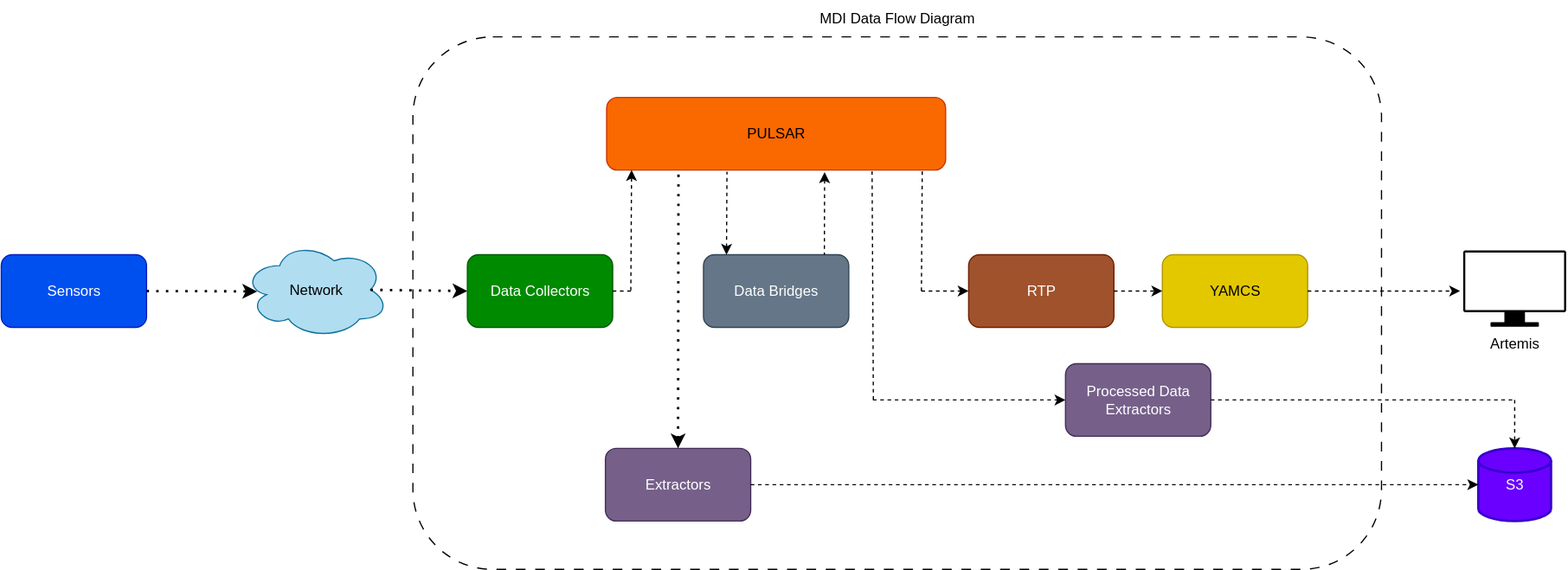
Earlier version of the draw.io export General Health Diagram.drawio.svg (palbright05/Grafana-Test). Source tidied: cells renumbered, new cells last; positions are measured from the earlier drawing's top-left corner, leaving out a move shared by most shapes. Its diagram source:
```xml
<mxGraphModel>
  <root>
    <mxCell id="0" />
    <mxCell id="1" parent="0" />
    <mxCell id="2" style="rounded=1;whiteSpace=wrap;html=1;fillColor=none;dashed=1;dashPattern=8 8;" parent="1" vertex="1">
      <mxGeometry x="340" y="30" width="800" height="440" as="geometry" />
    </mxCell>
    <mxCell id="3" value="Sensors" style="rounded=1;whiteSpace=wrap;html=1;fillColor=#0050ef;fontColor=#ffffff;strokeColor=#001DBC;" parent="1" vertex="1">
      <mxGeometry y="210" width="120" height="60" as="geometry" />
    </mxCell>
    <mxCell id="4" value="Network" style="ellipse;shape=cloud;whiteSpace=wrap;html=1;fillColor=#b1ddf0;strokeColor=#10739e;" parent="1" vertex="1">
      <mxGeometry x="200" y="199" width="120" height="80" as="geometry" />
    </mxCell>
    <mxCell id="5" value="S3" style="strokeWidth=2;html=1;shape=mxgraph.flowchart.database;whiteSpace=wrap;fillColor=#6a00ff;strokeColor=#3700CC;fontColor=#ffffff;" parent="1" vertex="1">
      <mxGeometry x="1220" y="370" width="60" height="60" as="geometry" />
    </mxCell>
    <mxCell id="6" value="PULSAR" style="rounded=1;whiteSpace=wrap;html=1;fillColor=#fa6800;fontColor=#000000;strokeColor=#C73500;" parent="1" vertex="1">
      <mxGeometry x="500" y="80" width="280" height="60" as="geometry" />
    </mxCell>
    <mxCell id="7" value="Data Collectors" style="rounded=1;whiteSpace=wrap;html=1;fillColor=#008a00;fontColor=#ffffff;strokeColor=#005700;" parent="1" vertex="1">
      <mxGeometry x="385" y="210" width="120" height="60" as="geometry" />
    </mxCell>
    <mxCell id="8" style="endArrow=classic;dashed=1;html=1;dashPattern=1 3;strokeWidth=2;rounded=0;exitX=1;exitY=0.5;exitDx=0;exitDy=0;entryX=0.095;entryY=0.516;entryDx=0;entryDy=0;entryPerimeter=0;endFill=1;" parent="1" edge="1" source="3" target="4">
      <mxGeometry relative="1" as="geometry" />
    </mxCell>
    <mxCell id="9" style="endArrow=classic;dashed=1;html=1;dashPattern=1 3;strokeWidth=2;rounded=0;entryX=0;entryY=0.5;entryDx=0;entryDy=0;exitX=0.875;exitY=0.5;exitDx=0;exitDy=0;exitPerimeter=0;startArrow=none;startFill=0;endFill=1;" parent="1" edge="1" source="4" target="7">
      <mxGeometry relative="1" as="geometry" />
    </mxCell>
    <mxCell id="10" value="Extractors" style="rounded=1;whiteSpace=wrap;html=1;fillColor=#76608a;fontColor=#ffffff;strokeColor=#432D57;" parent="1" vertex="1">
      <mxGeometry x="499" y="370" width="120" height="60" as="geometry" />
    </mxCell>
    <mxCell id="11" value="Data Bridges" style="rounded=1;whiteSpace=wrap;html=1;fillColor=#647687;fontColor=#ffffff;strokeColor=#314354;" parent="1" vertex="1">
      <mxGeometry x="580" y="210" width="120" height="60" as="geometry" />
    </mxCell>
    <mxCell id="12" value="Processed Data Extractors" style="rounded=1;whiteSpace=wrap;html=1;fillColor=#76608a;fontColor=#ffffff;strokeColor=#432D57;" parent="1" vertex="1">
      <mxGeometry x="879" y="300" width="120" height="60" as="geometry" />
    </mxCell>
    <mxCell id="13" style="endArrow=none;dashed=1;html=1;dashPattern=1 3;strokeWidth=2;rounded=0;entryX=0.212;entryY=1.022;entryDx=0;entryDy=0;entryPerimeter=0;startArrow=classic;startFill=1;exitX=0.5;exitY=0;exitDx=0;exitDy=0;" parent="1" edge="1" source="10" target="6">
      <mxGeometry relative="1" as="geometry" />
    </mxCell>
    <mxCell id="14" style="endArrow=classic;html=1;rounded=0;entryX=0.145;entryY=1.008;entryDx=0;entryDy=0;entryPerimeter=0;dashed=1;" parent="1" edge="1">
      <mxGeometry relative="1" as="geometry">
        <mxPoint x="520" y="239.5" as="sourcePoint" />
        <mxPoint x="520.6" y="140" as="targetPoint" />
      </mxGeometry>
    </mxCell>
    <mxCell id="15" style="endArrow=none;html=1;rounded=0;exitX=1;exitY=0.5;exitDx=0;exitDy=0;dashed=1;" parent="1" edge="1" source="7">
      <mxGeometry relative="1" as="geometry">
        <mxPoint x="520" y="240" as="targetPoint" />
      </mxGeometry>
    </mxCell>
    <mxCell id="16" style="endArrow=none;html=1;rounded=0;entryX=0.355;entryY=1.022;entryDx=0;entryDy=0;entryPerimeter=0;dashed=1;endFill=0;startArrow=classic;startFill=1;" parent="1" edge="1" target="6">
      <mxGeometry relative="1" as="geometry">
        <mxPoint x="599" y="210" as="sourcePoint" />
      </mxGeometry>
    </mxCell>
    <mxCell id="17" style="endArrow=none;html=1;rounded=0;endFill=0;entryX=0.832;entryY=0.002;entryDx=0;entryDy=0;entryPerimeter=0;dashed=1;startArrow=classic;startFill=1;exitX=0.643;exitY=1.03;exitDx=0;exitDy=0;exitPerimeter=0;" parent="1" edge="1" source="6" target="11">
      <mxGeometry relative="1" as="geometry" />
    </mxCell>
    <mxCell id="18" style="endArrow=classic;html=1;rounded=0;entryX=0;entryY=0.5;entryDx=0;entryDy=0;dashed=1;" parent="1" edge="1" target="12">
      <mxGeometry relative="1" as="geometry">
        <mxPoint x="720" y="330" as="sourcePoint" />
      </mxGeometry>
    </mxCell>
    <mxCell id="19" style="endArrow=none;html=1;rounded=0;entryX=0.783;entryY=1.017;entryDx=0;entryDy=0;entryPerimeter=0;dashed=1;" parent="1" edge="1" target="6">
      <mxGeometry relative="1" as="geometry">
        <mxPoint x="720.3" y="329.9" as="sourcePoint" />
      </mxGeometry>
    </mxCell>
    <mxCell id="20" style="endArrow=classic;html=1;rounded=0;entryX=0;entryY=0.5;entryDx=0;entryDy=0;entryPerimeter=0;exitX=1;exitY=0.5;exitDx=0;exitDy=0;dashed=1;" parent="1" edge="1" source="10" target="5">
      <mxGeometry relative="1" as="geometry" />
    </mxCell>
    <mxCell id="21" value="RTP" style="rounded=1;whiteSpace=wrap;html=1;fillColor=#a0522d;fontColor=#ffffff;strokeColor=#6D1F00;" parent="1" vertex="1">
      <mxGeometry x="799" y="210" width="120" height="60" as="geometry" />
    </mxCell>
    <mxCell id="22" value="YAMCS" style="rounded=1;whiteSpace=wrap;html=1;fillColor=#e3c800;fontColor=#000000;strokeColor=#B09500;" parent="1" vertex="1">
      <mxGeometry x="959" y="210" width="120" height="60" as="geometry" />
    </mxCell>
    <mxCell id="23" style="endArrow=classic;html=1;rounded=0;entryX=0;entryY=0.5;entryDx=0;entryDy=0;exitX=1;exitY=0.5;exitDx=0;exitDy=0;dashed=1;" parent="1" edge="1" source="21" target="22">
      <mxGeometry relative="1" as="geometry" />
    </mxCell>
    <mxCell id="24" style="endArrow=none;html=1;rounded=0;entryX=0.931;entryY=1.015;entryDx=0;entryDy=0;entryPerimeter=0;dashed=1;" parent="1" edge="1" target="6">
      <mxGeometry relative="1" as="geometry">
        <mxPoint x="760" y="240" as="sourcePoint" />
      </mxGeometry>
    </mxCell>
    <mxCell id="25" style="endArrow=classic;html=1;rounded=0;entryX=0;entryY=0.5;entryDx=0;entryDy=0;dashed=1;" parent="1" edge="1" target="21">
      <mxGeometry relative="1" as="geometry">
        <mxPoint x="760" y="240" as="sourcePoint" />
      </mxGeometry>
    </mxCell>
    <mxCell id="26" style="endArrow=none;html=1;rounded=0;exitX=1;exitY=0.5;exitDx=0;exitDy=0;dashed=1;" parent="1" edge="1" source="12">
      <mxGeometry relative="1" as="geometry">
        <mxPoint x="1250" y="330" as="targetPoint" />
      </mxGeometry>
    </mxCell>
    <mxCell id="27" style="endArrow=classic;html=1;rounded=0;entryX=0.5;entryY=0;entryDx=0;entryDy=0;entryPerimeter=0;dashed=1;" parent="1" edge="1" target="5">
      <mxGeometry relative="1" as="geometry">
        <mxPoint x="1250" y="330" as="sourcePoint" />
      </mxGeometry>
    </mxCell>
    <mxCell id="28" value="MDI Data Flow Diagram" style="text;html=1;align=center;verticalAlign=middle;whiteSpace=wrap;rounded=0;" parent="1" vertex="1">
      <mxGeometry x="645" width="190" height="30" as="geometry" />
    </mxCell>
    <mxCell id="29" value="Artemis" style="shape=mxgraph.networks2.icon;network2IconShadow=1;network2bgFillColor=none;labelPosition=center;verticalLabelPosition=bottom;align=center;verticalAlign=top;network2Icon=mxgraph.networks2.monitor;network2IconYOffset=-0.009;network2IconW=1;network2IconH=0.742;" parent="1" vertex="1">
      <mxGeometry x="1207.5" y="206.5" width="85" height="63.1" as="geometry" />
    </mxCell>
    <mxCell id="30" style="endArrow=classic;html=1;rounded=0;exitX=1;exitY=0.5;exitDx=0;exitDy=0;dashed=1;" parent="1" edge="1" source="22">
      <mxGeometry relative="1" as="geometry">
        <mxPoint x="1205" y="240" as="targetPoint" />
      </mxGeometry>
    </mxCell>
  </root>
</mxGraphModel>
```
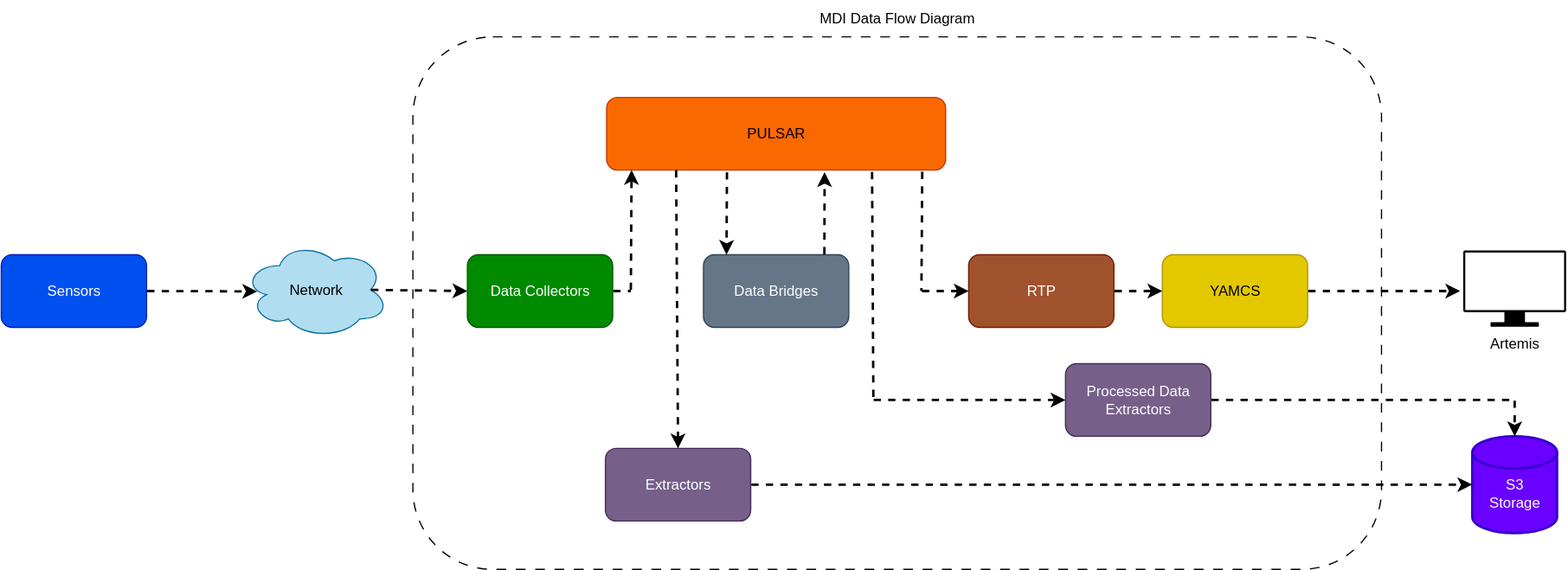
The same diagram one commit later.

The edit, as a diff of the source:
```diff
@@ -11,8 +11,8 @@
     <mxCell id="4" value="Network" style="ellipse;shape=cloud;whiteSpace=wrap;html=1;fillColor=#b1ddf0;strokeColor=#10739e;" parent="1" vertex="1">
       <mxGeometry x="200" y="199" width="120" height="80" as="geometry" />
     </mxCell>
-    <mxCell id="5" value="S3" style="strokeWidth=2;html=1;shape=mxgraph.flowchart.database;whiteSpace=wrap;fillColor=#6a00ff;strokeColor=#3700CC;fontColor=#ffffff;" parent="1" vertex="1">
-      <mxGeometry x="1220" y="370" width="60" height="60" as="geometry" />
+    <mxCell id="5" value="&lt;div&gt;&lt;br&gt;&lt;/div&gt;S3&lt;div&gt;Storage&lt;/div&gt;" style="strokeWidth=2;html=1;shape=mxgraph.flowchart.database;whiteSpace=wrap;fillColor=#6a00ff;strokeColor=#3700CC;fontColor=#ffffff;" parent="1" vertex="1">
+      <mxGeometry x="1215" y="360" width="70" height="80" as="geometry" />
     </mxCell>
     <mxCell id="6" value="PULSAR" style="rounded=1;whiteSpace=wrap;html=1;fillColor=#fa6800;fontColor=#000000;strokeColor=#C73500;" parent="1" vertex="1">
       <mxGeometry x="500" y="80" width="280" height="60" as="geometry" />
@@ -20,10 +20,10 @@
     <mxCell id="7" value="Data Collectors" style="rounded=1;whiteSpace=wrap;html=1;fillColor=#008a00;fontColor=#ffffff;strokeColor=#005700;" parent="1" vertex="1">
       <mxGeometry x="385" y="210" width="120" height="60" as="geometry" />
     </mxCell>
-    <mxCell id="8" style="endArrow=classic;dashed=1;html=1;dashPattern=1 3;strokeWidth=2;rounded=0;exitX=1;exitY=0.5;exitDx=0;exitDy=0;entryX=0.095;entryY=0.516;entryDx=0;entryDy=0;entryPerimeter=0;endFill=1;" parent="1" edge="1" source="3" target="4">
+    <mxCell id="8" style="endArrow=classic;dashed=1;html=1;strokeWidth=2;rounded=0;exitX=1;exitY=0.5;exitDx=0;exitDy=0;entryX=0.095;entryY=0.516;entryDx=0;entryDy=0;entryPerimeter=0;endFill=1;flowAnimation=1;" parent="1" edge="1" source="3" target="4">
       <mxGeometry relative="1" as="geometry" />
     </mxCell>
-    <mxCell id="9" style="endArrow=classic;dashed=1;html=1;dashPattern=1 3;strokeWidth=2;rounded=0;entryX=0;entryY=0.5;entryDx=0;entryDy=0;exitX=0.875;exitY=0.5;exitDx=0;exitDy=0;exitPerimeter=0;startArrow=none;startFill=0;endFill=1;" parent="1" edge="1" source="4" target="7">
+    <mxCell id="9" style="endArrow=classic;dashed=1;html=1;strokeWidth=2;rounded=0;entryX=0;entryY=0.5;entryDx=0;entryDy=0;exitX=0.875;exitY=0.5;exitDx=0;exitDy=0;exitPerimeter=0;startArrow=none;startFill=0;endFill=1;flowAnimation=1;" parent="1" edge="1" source="4" target="7">
       <mxGeometry relative="1" as="geometry" />
     </mxCell>
     <mxCell id="10" value="Extractors" style="rounded=1;whiteSpace=wrap;html=1;fillColor=#76608a;fontColor=#ffffff;strokeColor=#432D57;" parent="1" vertex="1">
@@ -35,39 +35,39 @@
     <mxCell id="12" value="Processed Data Extractors" style="rounded=1;whiteSpace=wrap;html=1;fillColor=#76608a;fontColor=#ffffff;strokeColor=#432D57;" parent="1" vertex="1">
       <mxGeometry x="879" y="300" width="120" height="60" as="geometry" />
     </mxCell>
-    <mxCell id="13" style="endArrow=none;dashed=1;html=1;dashPattern=1 3;strokeWidth=2;rounded=0;entryX=0.212;entryY=1.022;entryDx=0;entryDy=0;entryPerimeter=0;startArrow=classic;startFill=1;exitX=0.5;exitY=0;exitDx=0;exitDy=0;" parent="1" edge="1" source="10" target="6">
+    <mxCell id="13" style="endArrow=classic;dashed=1;html=1;strokeWidth=2;rounded=0;startArrow=none;startFill=0;exitX=0.205;exitY=0.994;exitDx=0;exitDy=0;flowAnimation=1;exitPerimeter=0;entryX=0.5;entryY=0;entryDx=0;entryDy=0;endFill=1;" parent="1" edge="1" source="6" target="10">
       <mxGeometry relative="1" as="geometry" />
     </mxCell>
-    <mxCell id="14" style="endArrow=classic;html=1;rounded=0;entryX=0.145;entryY=1.008;entryDx=0;entryDy=0;entryPerimeter=0;dashed=1;" parent="1" edge="1">
+    <mxCell id="14" style="endArrow=classic;html=1;rounded=0;entryX=0.145;entryY=1.008;entryDx=0;entryDy=0;entryPerimeter=0;dashed=1;flowAnimation=1;strokeWidth=2;" parent="1" edge="1">
       <mxGeometry relative="1" as="geometry">
         <mxPoint x="520" y="239.5" as="sourcePoint" />
         <mxPoint x="520.6" y="140" as="targetPoint" />
       </mxGeometry>
     </mxCell>
-    <mxCell id="15" style="endArrow=none;html=1;rounded=0;exitX=1;exitY=0.5;exitDx=0;exitDy=0;dashed=1;" parent="1" edge="1" source="7">
+    <mxCell id="15" style="endArrow=none;html=1;rounded=0;exitX=1;exitY=0.5;exitDx=0;exitDy=0;dashed=1;flowAnimation=1;strokeWidth=2;" parent="1" edge="1" source="7">
       <mxGeometry relative="1" as="geometry">
         <mxPoint x="520" y="240" as="targetPoint" />
       </mxGeometry>
     </mxCell>
-    <mxCell id="16" style="endArrow=none;html=1;rounded=0;entryX=0.355;entryY=1.022;entryDx=0;entryDy=0;entryPerimeter=0;dashed=1;endFill=0;startArrow=classic;startFill=1;" parent="1" edge="1" target="6">
+    <mxCell id="16" style="endArrow=classic;html=1;rounded=0;entryX=0.355;entryY=1.022;entryDx=0;entryDy=0;entryPerimeter=0;dashed=1;endFill=1;startArrow=none;startFill=0;flowAnimation=1;strokeWidth=2;exitX=0.355;exitY=1.022;exitDx=0;exitDy=0;exitPerimeter=0;" parent="1" edge="1" source="6">
       <mxGeometry relative="1" as="geometry">
-        <mxPoint x="599" y="210" as="sourcePoint" />
+        <mxPoint x="599" y="210" as="targetPoint" />
       </mxGeometry>
     </mxCell>
-    <mxCell id="17" style="endArrow=none;html=1;rounded=0;endFill=0;entryX=0.832;entryY=0.002;entryDx=0;entryDy=0;entryPerimeter=0;dashed=1;startArrow=classic;startFill=1;exitX=0.643;exitY=1.03;exitDx=0;exitDy=0;exitPerimeter=0;" parent="1" edge="1" source="6" target="11">
+    <mxCell id="17" style="endArrow=classic;html=1;rounded=0;endFill=1;entryX=0.643;entryY=1.03;entryDx=0;entryDy=0;entryPerimeter=0;dashed=1;startArrow=none;startFill=0;exitX=0.832;exitY=0.002;exitDx=0;exitDy=0;exitPerimeter=0;flowAnimation=1;strokeWidth=2;" parent="1" edge="1" source="11" target="6">
       <mxGeometry relative="1" as="geometry" />
     </mxCell>
-    <mxCell id="18" style="endArrow=classic;html=1;rounded=0;entryX=0;entryY=0.5;entryDx=0;entryDy=0;dashed=1;" parent="1" edge="1" target="12">
+    <mxCell id="18" style="endArrow=classic;html=1;rounded=0;entryX=0;entryY=0.5;entryDx=0;entryDy=0;dashed=1;flowAnimation=1;strokeWidth=2;" parent="1" edge="1" target="12">
       <mxGeometry relative="1" as="geometry">
         <mxPoint x="720" y="330" as="sourcePoint" />
       </mxGeometry>
     </mxCell>
-    <mxCell id="19" style="endArrow=none;html=1;rounded=0;entryX=0.783;entryY=1.017;entryDx=0;entryDy=0;entryPerimeter=0;dashed=1;" parent="1" edge="1" target="6">
+    <mxCell id="19" style="endArrow=none;html=1;rounded=0;entryX=0.783;entryY=1.017;entryDx=0;entryDy=0;entryPerimeter=0;dashed=1;flowAnimation=1;strokeWidth=2;exitX=0.783;exitY=1.017;exitDx=0;exitDy=0;exitPerimeter=0;" parent="1" edge="1" source="6">
       <mxGeometry relative="1" as="geometry">
-        <mxPoint x="720.3" y="329.9" as="sourcePoint" />
+        <mxPoint x="720.3" y="329.9" as="targetPoint" />
       </mxGeometry>
     </mxCell>
-    <mxCell id="20" style="endArrow=classic;html=1;rounded=0;entryX=0;entryY=0.5;entryDx=0;entryDy=0;entryPerimeter=0;exitX=1;exitY=0.5;exitDx=0;exitDy=0;dashed=1;" parent="1" edge="1" source="10" target="5">
+    <mxCell id="20" style="endArrow=classic;html=1;rounded=0;entryX=0;entryY=0.5;entryDx=0;entryDy=0;entryPerimeter=0;exitX=1;exitY=0.5;exitDx=0;exitDy=0;dashed=1;flowAnimation=1;strokeWidth=2;" parent="1" edge="1" source="10" target="5">
       <mxGeometry relative="1" as="geometry" />
     </mxCell>
     <mxCell id="21" value="RTP" style="rounded=1;whiteSpace=wrap;html=1;fillColor=#a0522d;fontColor=#ffffff;strokeColor=#6D1F00;" parent="1" vertex="1">
@@ -76,25 +76,25 @@
     <mxCell id="22" value="YAMCS" style="rounded=1;whiteSpace=wrap;html=1;fillColor=#e3c800;fontColor=#000000;strokeColor=#B09500;" parent="1" vertex="1">
       <mxGeometry x="959" y="210" width="120" height="60" as="geometry" />
     </mxCell>
-    <mxCell id="23" style="endArrow=classic;html=1;rounded=0;entryX=0;entryY=0.5;entryDx=0;entryDy=0;exitX=1;exitY=0.5;exitDx=0;exitDy=0;dashed=1;" parent="1" edge="1" source="21" target="22">
+    <mxCell id="23" style="endArrow=classic;html=1;rounded=0;entryX=0;entryY=0.5;entryDx=0;entryDy=0;exitX=1;exitY=0.5;exitDx=0;exitDy=0;dashed=1;flowAnimation=1;strokeWidth=2;" parent="1" edge="1" source="21" target="22">
       <mxGeometry relative="1" as="geometry" />
     </mxCell>
-    <mxCell id="24" style="endArrow=none;html=1;rounded=0;entryX=0.931;entryY=1.015;entryDx=0;entryDy=0;entryPerimeter=0;dashed=1;" parent="1" edge="1" target="6">
+    <mxCell id="24" style="endArrow=none;html=1;rounded=0;entryX=0.931;entryY=1.015;entryDx=0;entryDy=0;entryPerimeter=0;dashed=1;flowAnimation=1;strokeWidth=2;exitX=0.931;exitY=1.015;exitDx=0;exitDy=0;exitPerimeter=0;" parent="1" edge="1" source="6">
       <mxGeometry relative="1" as="geometry">
-        <mxPoint x="760" y="240" as="sourcePoint" />
+        <mxPoint x="760" y="240" as="targetPoint" />
       </mxGeometry>
     </mxCell>
-    <mxCell id="25" style="endArrow=classic;html=1;rounded=0;entryX=0;entryY=0.5;entryDx=0;entryDy=0;dashed=1;" parent="1" edge="1" target="21">
+    <mxCell id="25" style="endArrow=classic;html=1;rounded=0;entryX=0;entryY=0.5;entryDx=0;entryDy=0;dashed=1;flowAnimation=1;strokeWidth=2;" parent="1" edge="1" target="21">
       <mxGeometry relative="1" as="geometry">
         <mxPoint x="760" y="240" as="sourcePoint" />
       </mxGeometry>
     </mxCell>
-    <mxCell id="26" style="endArrow=none;html=1;rounded=0;exitX=1;exitY=0.5;exitDx=0;exitDy=0;dashed=1;" parent="1" edge="1" source="12">
+    <mxCell id="26" style="endArrow=none;html=1;rounded=0;exitX=1;exitY=0.5;exitDx=0;exitDy=0;dashed=1;flowAnimation=1;strokeWidth=2;" parent="1" edge="1" source="12">
       <mxGeometry relative="1" as="geometry">
         <mxPoint x="1250" y="330" as="targetPoint" />
       </mxGeometry>
     </mxCell>
-    <mxCell id="27" style="endArrow=classic;html=1;rounded=0;entryX=0.5;entryY=0;entryDx=0;entryDy=0;entryPerimeter=0;dashed=1;" parent="1" edge="1" target="5">
+    <mxCell id="27" style="endArrow=classic;html=1;rounded=0;entryX=0.5;entryY=0;entryDx=0;entryDy=0;entryPerimeter=0;dashed=1;flowAnimation=1;strokeWidth=2;" parent="1" edge="1" target="5">
       <mxGeometry relative="1" as="geometry">
         <mxPoint x="1250" y="330" as="sourcePoint" />
       </mxGeometry>
@@ -105,7 +105,7 @@
     <mxCell id="29" value="Artemis" style="shape=mxgraph.networks2.icon;network2IconShadow=1;network2bgFillColor=none;labelPosition=center;verticalLabelPosition=bottom;align=center;verticalAlign=top;network2Icon=mxgraph.networks2.monitor;network2IconYOffset=-0.009;network2IconW=1;network2IconH=0.742;" parent="1" vertex="1">
       <mxGeometry x="1207.5" y="206.5" width="85" height="63.1" as="geometry" />
     </mxCell>
-    <mxCell id="30" style="endArrow=classic;html=1;rounded=0;exitX=1;exitY=0.5;exitDx=0;exitDy=0;dashed=1;" parent="1" edge="1" source="22">
+    <mxCell id="30" style="endArrow=classic;html=1;rounded=0;exitX=1;exitY=0.5;exitDx=0;exitDy=0;dashed=1;flowAnimation=1;strokeWidth=2;" parent="1" edge="1" source="22">
       <mxGeometry relative="1" as="geometry">
         <mxPoint x="1205" y="240" as="targetPoint" />
       </mxGeometry>
```
